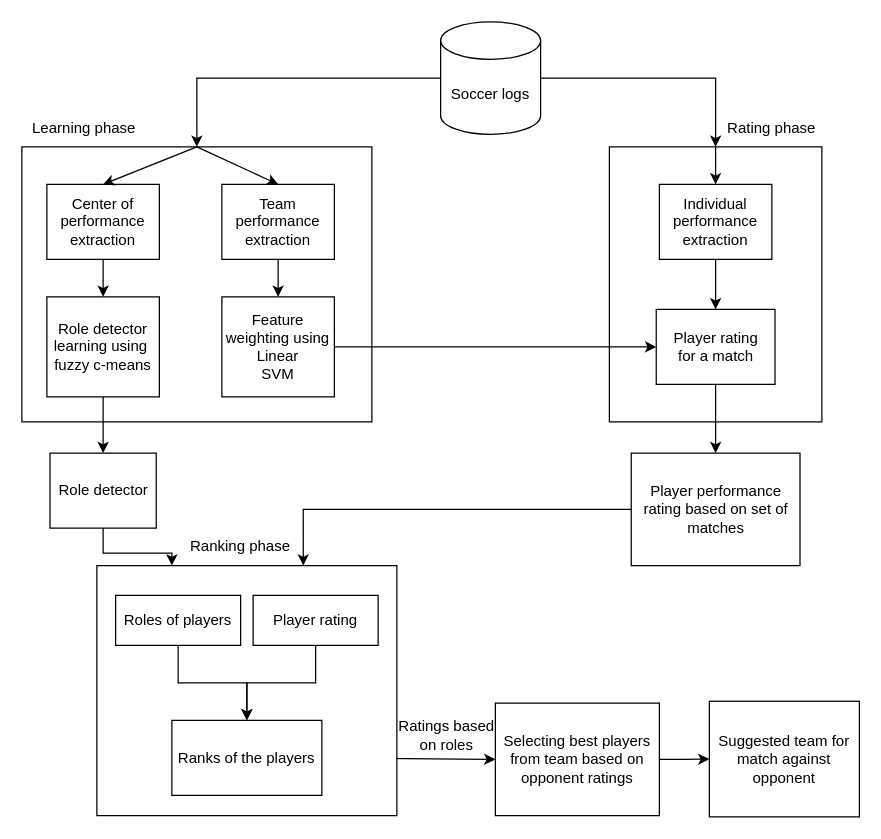
The draw.io diagram architecture.drawio in ChristyBinu-4/Lab-assignments, before the edit. Source tidied: cells renumbered, new cells numbered last; positions are measured from the earlier drawing's top-left corner, leaving out a move shared by most shapes. Both pictures are drawn from the tidied source at 125%, with x=0, y=0 at pixel (21, 21).
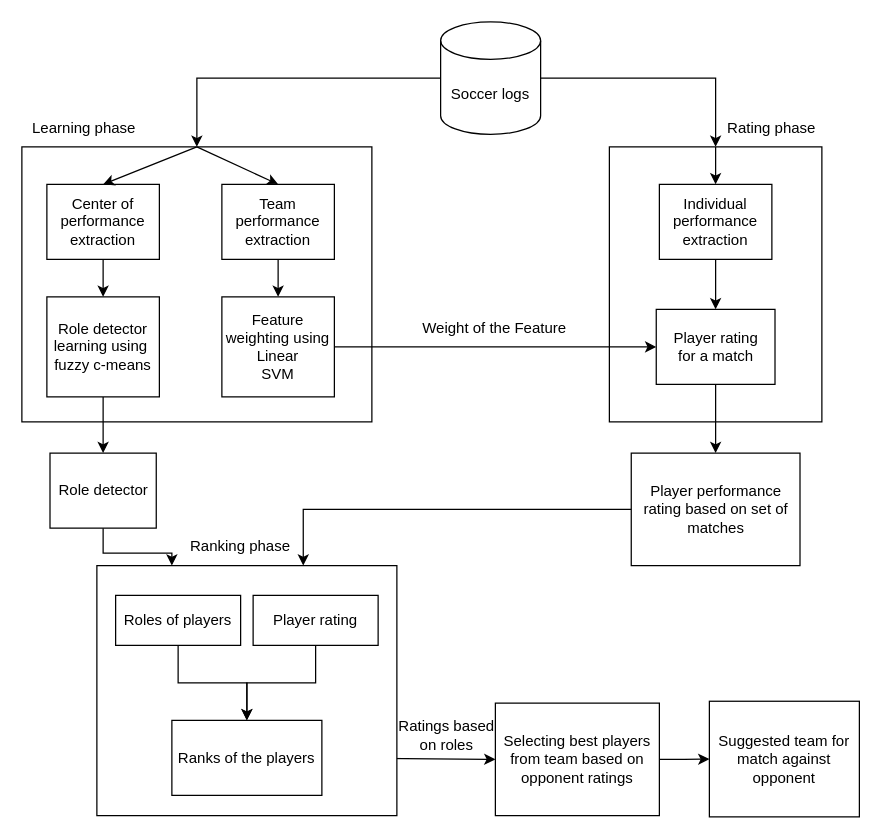
The same diagram, later.

What changed in the source:
```diff
@@
+    <mxCell id="42" value="Weight of the Feature&amp;nbsp;" style="text;html=1;align=center;verticalAlign=middle;whiteSpace=wrap;rounded=0;" parent="1" vertex="1">
+      <mxGeometry x="300" y="230" width="160" height="30" as="geometry" />
+    </mxCell>
```
